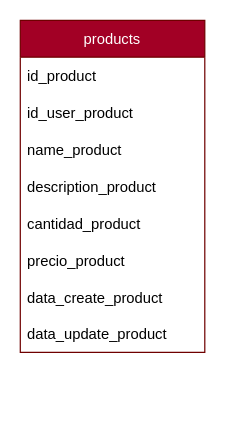
This is page "products" (2 of 3) of api/data/tablas.drawio from SRomero21/Deliveries, a draw.io file, before an edit. Source tidied: cells renumbered, new cells numbered last; positions are measured from the earlier drawing's top-left corner, leaving out a move shared by most shapes. Both pictures are drawn from the tidied source at 123%, with x=0, y=0 at pixel (20, 20).
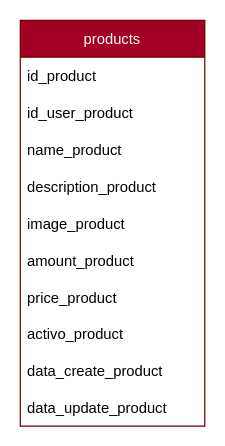
The same diagram, later.

Change to the diagram source:
```diff
@@
 <mxGraphModel>
   <root>
     <mxCell id="0" />
     <mxCell id="1" parent="0" />
     <mxCell id="2" value="products" style="swimlane;fontStyle=0;horizontal=1;startSize=30;fillColor=#a20025;fontColor=#ffffff;strokeColor=#6F0000;" parent="1" vertex="1">
-      <mxGeometry width="150" height="270" as="geometry" />
+      <mxGeometry width="150" height="330" as="geometry" />
     </mxCell>
     <mxCell id="3" value="id_product" style="text;strokeColor=none;fillColor=none;align=left;verticalAlign=middle;spacingLeft=4;spacingRight=4;overflow=hidden;" parent="2" vertex="1">
       <mxGeometry y="30" width="150" height="30" as="geometry" />
     </mxCell>
     <mxCell id="4" value="id_user_product" style="text;strokeColor=none;fillColor=none;align=left;verticalAlign=middle;spacingLeft=4;spacingRight=4;overflow=hidden;" parent="2" vertex="1">
       <mxGeometry y="60" width="150" height="30" as="geometry" />
     </mxCell>
     <mxCell id="5" value="name_product" style="text;strokeColor=none;fillColor=none;align=left;verticalAlign=middle;spacingLeft=4;spacingRight=4;overflow=hidden;" parent="2" vertex="1">
       <mxGeometry y="90" width="150" height="30" as="geometry" />
     </mxCell>
     <mxCell id="6" value="description_product" style="text;strokeColor=none;fillColor=none;align=left;verticalAlign=middle;spacingLeft=4;spacingRight=4;overflow=hidden;" parent="2" vertex="1">
       <mxGeometry y="120" width="150" height="30" as="geometry" />
     </mxCell>
+    <mxCell id="11" value="image_product" style="text;strokeColor=none;fillColor=none;align=left;verticalAlign=middle;spacingLeft=4;spacingRight=4;overflow=hidden;" parent="2" vertex="1">
+      <mxGeometry y="150" width="150" height="30" as="geometry" />
+    </mxCell>
-    <mxCell id="7" value="cantidad_product" style="text;strokeColor=none;fillColor=none;align=left;verticalAlign=middle;spacingLeft=4;spacingRight=4;overflow=hidden;" parent="2" vertex="1">
-      <mxGeometry y="150" width="150" height="30" as="geometry" />
+    <mxCell id="7" value="amount_product" style="text;strokeColor=none;fillColor=none;align=left;verticalAlign=middle;spacingLeft=4;spacingRight=4;overflow=hidden;" parent="2" vertex="1">
+      <mxGeometry y="180" width="150" height="30" as="geometry" />
     </mxCell>
-    <mxCell id="8" value="precio_product" style="text;strokeColor=none;fillColor=none;align=left;verticalAlign=middle;spacingLeft=4;spacingRight=4;overflow=hidden;" parent="2" vertex="1">
-      <mxGeometry y="180" width="150" height="30" as="geometry" />
+    <mxCell id="8" value="price_product" style="text;strokeColor=none;fillColor=none;align=left;verticalAlign=middle;spacingLeft=4;spacingRight=4;overflow=hidden;" parent="2" vertex="1">
+      <mxGeometry y="210" width="150" height="30" as="geometry" />
     </mxCell>
+    <mxCell id="12" value="activo_product" style="text;strokeColor=none;fillColor=none;align=left;verticalAlign=middle;spacingLeft=4;spacingRight=4;overflow=hidden;" parent="2" vertex="1">
+      <mxGeometry y="240" width="150" height="30" as="geometry" />
+    </mxCell>
     <mxCell id="9" value="data_create_product" style="text;strokeColor=none;fillColor=none;align=left;verticalAlign=middle;spacingLeft=4;spacingRight=4;overflow=hidden;" parent="2" vertex="1">
-      <mxGeometry y="210" width="150" height="30" as="geometry" />
+      <mxGeometry y="270" width="150" height="30" as="geometry" />
     </mxCell>
     <mxCell id="10" value="data_update_product" style="text;strokeColor=none;fillColor=none;align=left;verticalAlign=middle;spacingLeft=4;spacingRight=4;overflow=hidden;" parent="2" vertex="1">
-      <mxGeometry y="240" width="150" height="30" as="geometry" />
+      <mxGeometry y="300" width="150" height="30" as="geometry" />
     </mxCell>
   </root>
 </mxGraphModel>
```
